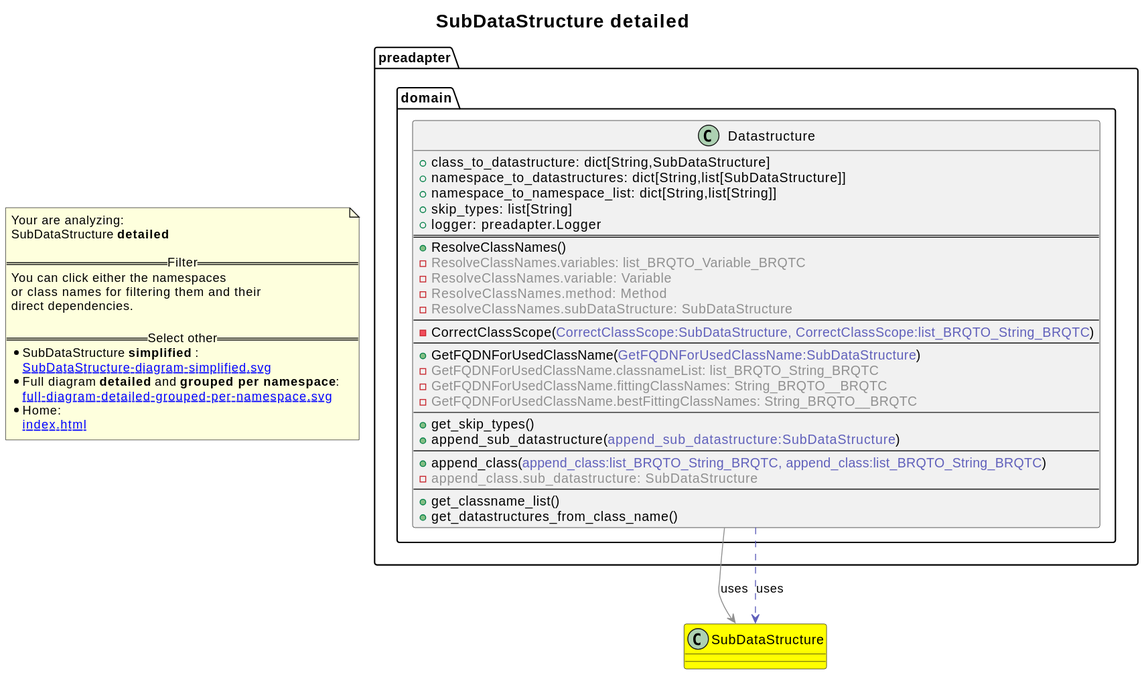
This is revenger-java-adapter.out/SubDataStructure-diagram-detailed.svg from 2BlackCoffees/revenger, a PlantUML export, as it was before one commit.
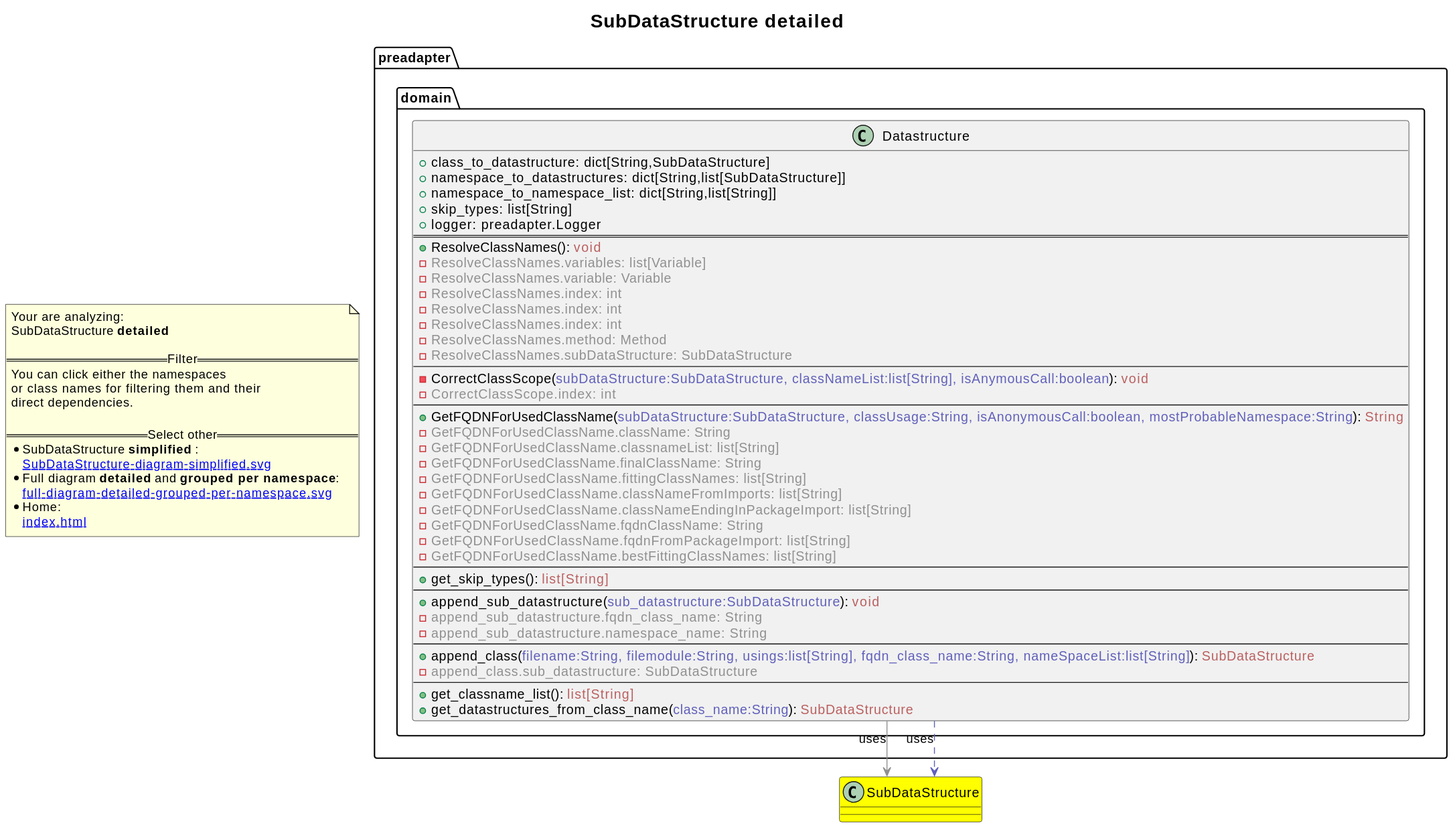
The same file after the commit.

The edit, as a diff of the source:
```diff
@@ -1,4 +1,5 @@
 @startuml
+skinparam linetype ortho
 title <size:20>SubDataStructure **detailed** </size>
 note "Your are analyzing:\nSubDataStructure **detailed** \n\n==Filter==\nYou can click either the namespaces \nor class names for filtering them and their\ndirect dependencies.\n\n==Select other==\n* SubDataStructure **simplified** :\n   [[SubDataStructure-diagram-simplified.svg]]\n* Full diagram **detailed** and **grouped per namespace**:\n   [[full-diagram-detailed-grouped-per-namespace.svg]]\n* Home:\n   [[index.html]]" as FloatingNote
 class SubDataStructure [[SubDataStructure-diagram-detailed.svg]] #yellow {
@@ -10,27 +11,40 @@
     + skip_types: list[String]
     + logger: preadapter.Logger
 ==
-    + ResolveClassNames(<font color="6060BB"></font>)
-    - <font color="909090">ResolveClassNames.variables: list_BRQTO_Variable_BRQTC</font>
+    + ResolveClassNames(<font color="6060BB"></font>): <font color="BB6060">void</font>
+    - <font color="909090">ResolveClassNames.variables: list[Variable]</font>
     - <font color="909090">ResolveClassNames.variable: Variable</font>
+    - <font color="909090">ResolveClassNames.index: int</font>
+    - <font color="909090">ResolveClassNames.index: int</font>
+    - <font color="909090">ResolveClassNames.index: int</font>
     - <font color="909090">ResolveClassNames.method: Method</font>
     - <font color="909090">ResolveClassNames.subDataStructure: SubDataStructure</font>
 --
-    - CorrectClassScope(<font color="6060BB">CorrectClassScope:SubDataStructure, CorrectClassScope:list_BRQTO_String_BRQTC</font>)
+    - CorrectClassScope(<font color="6060BB">subDataStructure:SubDataStructure, classNameList:list[String], isAnymousCall:boolean</font>): <font color="BB6060">void</font>
+    - <font color="909090">CorrectClassScope.index: int</font>
 --
-    + GetFQDNForUsedClassName(<font color="6060BB">GetFQDNForUsedClassName:SubDataStructure</font>)
-    - <font color="909090">GetFQDNForUsedClassName.classnameList: list_BRQTO_String_BRQTC</font>
-    - <font color="909090">GetFQDNForUsedClassName.fittingClassNames: String_BRQTO__BRQTC</font>
-    - <font color="909090">GetFQDNForUsedClassName.bestFittingClassNames: String_BRQTO__BRQTC</font>
+    + GetFQDNForUsedClassName(<font color="6060BB">subDataStructure:SubDataStructure, classUsage:String, isAnonymousCall:boolean, mostProbableNamespace:String</font>): <font color="BB6060">String</font>
+    - <font color="909090">GetFQDNForUsedClassName.className: String</font>
+    - <font color="909090">GetFQDNForUsedClassName.classnameList: list[String]</font>
+    - <font color="909090">GetFQDNForUsedClassName.finalClassName: String</font>
+    - <font color="909090">GetFQDNForUsedClassName.fittingClassNames: list[String]</font>
+    - <font color="909090">GetFQDNForUsedClassName.classNameFromImports: list[String]</font>
+    - <font color="909090">GetFQDNForUsedClassName.classNameEndingInPackageImport: list[String]</font>
+    - <font color="909090">GetFQDNForUsedClassName.fqdnClassName: String</font>
+    - <font color="909090">GetFQDNForUsedClassName.fqdnFromPackageImport: list[String]</font>
+    - <font color="909090">GetFQDNForUsedClassName.bestFittingClassNames: list[String]</font>
 --
-    + get_skip_types(<font color="6060BB"></font>)
-    + append_sub_datastructure(<font color="6060BB">append_sub_datastructure:SubDataStructure</font>)
+    + get_skip_types(<font color="6060BB"></font>): <font color="BB6060">list[String]</font>
 --
-    + append_class(<font color="6060BB">append_class:list_BRQTO_String_BRQTC, append_class:list_BRQTO_String_BRQTC</font>)
+    + append_sub_datastructure(<font color="6060BB">sub_datastructure:SubDataStructure</font>): <font color="BB6060">void</font>
+    - <font color="909090">append_sub_datastructure.fqdn_class_name: String</font>
+    - <font color="909090">append_sub_datastructure.namespace_name: String</font>
+--
+    + append_class(<font color="6060BB">filename:String, filemodule:String, usings:list[String], fqdn_class_name:String, nameSpaceList:list[String]</font>): <font color="BB6060">SubDataStructure</font>
     - <font color="909090">append_class.sub_datastructure: SubDataStructure</font>
 --
-    + get_classname_list(<font color="6060BB"></font>)
-    + get_datastructures_from_class_name(<font color="6060BB"></font>)
+    + get_classname_list(<font color="6060BB"></font>): <font color="BB6060">list[String]</font>
+    + get_datastructures_from_class_name(<font color="6060BB">class_name:String</font>): <font color="BB6060">SubDataStructure</font>
   }
 preadapter.domain.Datastructure -[#909090]-> SubDataStructure  : uses
 preadapter.domain.Datastructure .[#6060BB].> SubDataStructure  : uses
```
